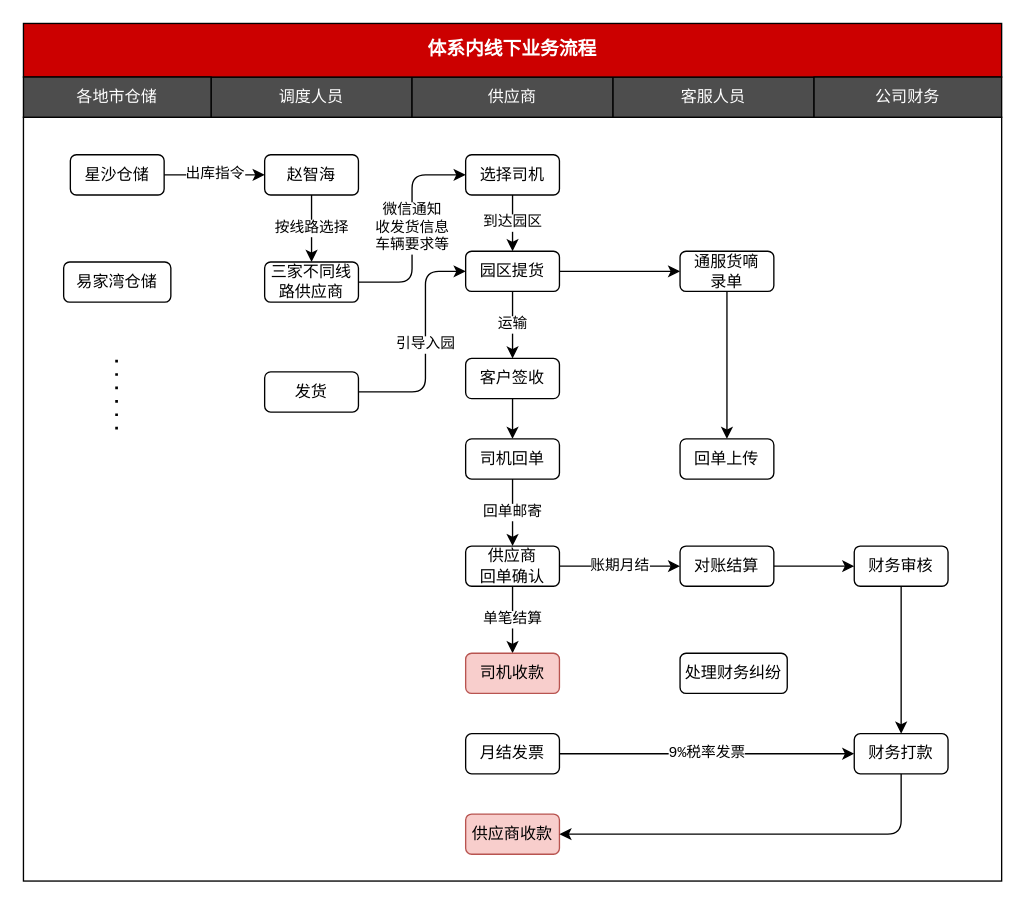
chenyibang/rdpwrap keeps this draw.io diagram as 体系内业务流程图（角色）.drawio. Above is the earlier version. Source tidied: cells renumbered, new cells numbered last; positions are measured from the earlier drawing's top-left corner, leaving out a move shared by most shapes. Both pictures are drawn from the tidied source at 134%, with x=0, y=0 at pixel (23, 23).
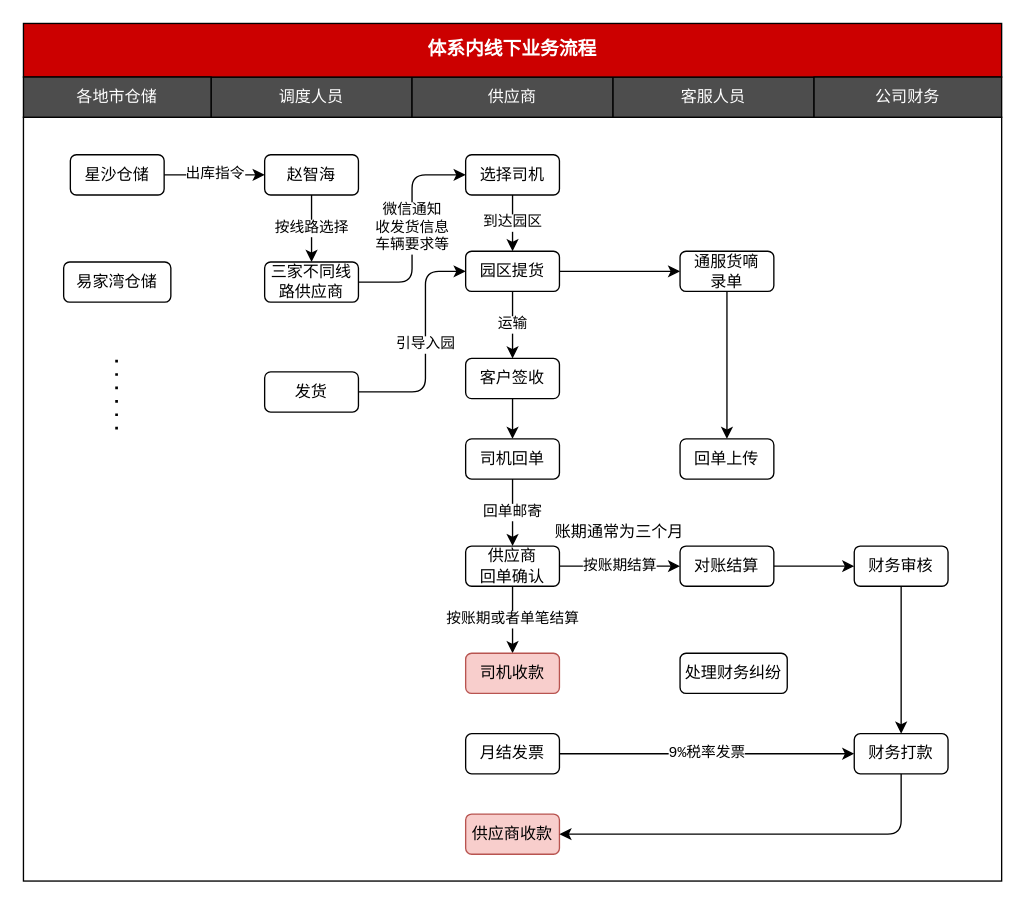
After the change.

Commit message:
更新体系内业务流程图（角色）.drawio

The change refers to these unchanged cells:
```xml
<mxCell id="15" value="供应商&lt;br&gt;回单确认" style="rounded=1;whiteSpace=wrap;html=1;" parent="1" vertex="1">
  <mxGeometry x="330" y="390" width="70" height="30" as="geometry" />
</mxCell>
<mxCell id="16" value="司机收款" style="rounded=1;whiteSpace=wrap;html=1;fillColor=#f8cecc;strokeColor=#b85450;" parent="1" vertex="1">
  <mxGeometry x="330" y="470" width="70" height="30" as="geometry" />
</mxCell>
<mxCell id="30" value="对账结算" style="rounded=1;whiteSpace=wrap;html=1;" parent="1" vertex="1">
  <mxGeometry x="490" y="390" width="70" height="30" as="geometry" />
</mxCell>
```

Diff of the diagram source:
```diff
@@
-    <mxCell id="13" value="账期月结" style="edgeStyle=orthogonalEdgeStyle;rounded=1;jettySize=auto;html=1;strokeWidth=1;fontFamily=Courier New;fontColor=#000000;align=center;" parent="1" edge="1" source="15" target="30">
+    <mxCell id="13" value="按账期结算" style="edgeStyle=orthogonalEdgeStyle;rounded=1;jettySize=auto;html=1;strokeWidth=1;fontFamily=Courier New;fontColor=#000000;align=center;" parent="1" edge="1" source="15" target="30">
       <mxGeometry relative="1" as="geometry" />
     </mxCell>
-    <mxCell id="14" value="单笔结算" style="edgeStyle=orthogonalEdgeStyle;rounded=1;jettySize=auto;html=1;strokeWidth=1;fontFamily=Courier New;fontColor=#000000;align=center;" parent="1" edge="1" source="15" target="16">
+    <mxCell id="14" value="按账期或者单笔结算" style="edgeStyle=orthogonalEdgeStyle;rounded=1;jettySize=auto;html=1;strokeWidth=1;fontFamily=Courier New;fontColor=#000000;align=center;" parent="1" edge="1" source="15" target="16">
       <mxGeometry relative="1" as="geometry" />
     </mxCell>
@@
+    <mxCell id="45" value="账期通常为三个月" style="text;html=1;strokeColor=none;fillColor=none;align=center;verticalAlign=middle;whiteSpace=wrap;rounded=0;" parent="1" vertex="1">
+      <mxGeometry x="380" y="370" width="130" height="20" as="geometry" />
+    </mxCell>
```
